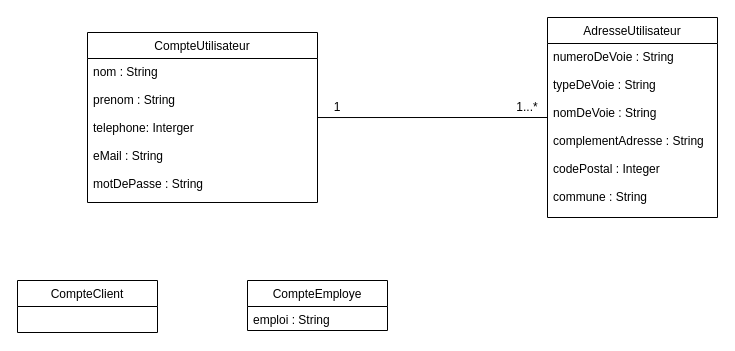
Before: Untitled Diagram TACHE 2.drawio in vinsbld/StechOcPizz, a draw.io diagram. Source tidied: cells renumbered, new cells numbered last; positions are measured from the earlier drawing's top-left corner, leaving out a move shared by most shapes. Both pictures are drawn from the tidied source at 100%, with x=0, y=0 at pixel (17, 17).
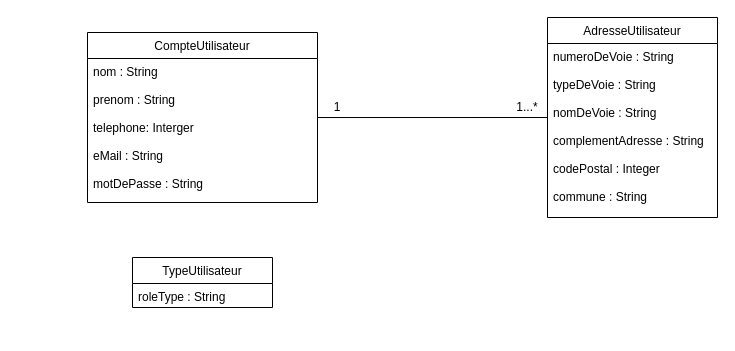
Above is the later version.

Change to the diagram source:
```diff
@@
 <mxGraphModel>
   <root>
     <mxCell id="0" />
     <mxCell id="1" parent="0" />
-    <mxCell id="2" value="CompteEmploye" style="swimlane;fontStyle=0;horizontal=1;startSize=26;fillColor=none;" parent="1" vertex="1">
-      <mxGeometry x="230" y="263" width="140" height="50" as="geometry" />
-    </mxCell>
-    <mxCell id="3" value="emploi : String&#10;" style="text;strokeColor=none;fillColor=none;align=left;verticalAlign=top;spacingLeft=4;spacingRight=4;overflow=hidden;" parent="2" vertex="1">
-      <mxGeometry y="26" width="140" height="24" as="geometry" />
-    </mxCell>
     <mxCell id="4" value="CompteUtilisateur" style="swimlane;fontStyle=0;horizontal=1;startSize=26;fillColor=none;" parent="1" vertex="1">
       <mxGeometry x="70" y="15" width="230" height="170" as="geometry" />
     </mxCell>
     <mxCell id="5" value="nom : String&#10;&#10;prenom : String&#10;&#10;telephone: Interger&#10;&#10;eMail : String&#10;&#10;motDePasse : String&#10;" style="text;strokeColor=none;fillColor=none;align=left;verticalAlign=top;spacingLeft=4;spacingRight=4;overflow=hidden;points=[[0,0.5],[1,0.5]];portConstraint=eastwest;" parent="4" vertex="1">
       <mxGeometry y="26" width="230" height="144" as="geometry" />
     </mxCell>
-    <mxCell id="6" value="CompteClient" style="swimlane;fontStyle=0;horizontal=1;startSize=26;fillColor=none;" parent="1" vertex="1">
-      <mxGeometry y="263" width="140" height="52" as="geometry" />
-    </mxCell>
     <mxCell id="7" value="AdresseUtilisateur" style="swimlane;fontStyle=0;horizontal=1;startSize=26;fillColor=none;" parent="1" vertex="1">
       <mxGeometry x="530" width="170" height="200" as="geometry" />
     </mxCell>
     <mxCell id="8" value="numeroDeVoie : String&#10;&#10;typeDeVoie : String&#10;&#10;nomDeVoie : String&#10;&#10;complementAdresse : String&#10;&#10;codePostal : Integer&#10;&#10;commune : String&#10;&#10;&#10;&#10;" style="text;strokeColor=none;fillColor=none;align=left;verticalAlign=top;spacingLeft=4;spacingRight=4;overflow=hidden;" parent="7" vertex="1">
       <mxGeometry y="26" width="170" height="174" as="geometry" />
     </mxCell>
     <mxCell id="9" style="edgeStyle=none;rounded=0;jettySize=auto;html=1;entryX=0;entryY=0.5;entryDx=0;entryDy=0;endArrow=none;endFill=0;exitX=1;exitY=0.41;exitDx=0;exitDy=0;exitPerimeter=0;" parent="1" edge="1" source="5" target="7">
       <mxGeometry relative="1" as="geometry" />
     </mxCell>
     <mxCell id="10" value="1" style="text;html=1;strokeColor=none;fillColor=none;align=center;verticalAlign=middle;whiteSpace=wrap;rounded=0;" parent="1" vertex="1">
       <mxGeometry x="300" y="80" width="40" height="20" as="geometry" />
     </mxCell>
     <mxCell id="11" value="1...*" style="text;html=1;strokeColor=none;fillColor=none;align=center;verticalAlign=middle;whiteSpace=wrap;rounded=0;" parent="1" vertex="1">
       <mxGeometry x="490" y="80" width="40" height="20" as="geometry" />
     </mxCell>
+    <mxCell id="12" value="TypeUtilisateur" style="swimlane;fontStyle=0;horizontal=1;startSize=26;fillColor=none;" parent="1" vertex="1">
+      <mxGeometry x="115" y="240" width="140" height="50" as="geometry" />
+    </mxCell>
+    <mxCell id="13" value="roleType : String" style="text;strokeColor=none;fillColor=none;align=left;verticalAlign=top;spacingLeft=4;spacingRight=4;overflow=hidden;" parent="12" vertex="1">
+      <mxGeometry y="26" width="140" height="24" as="geometry" />
+    </mxCell>
   </root>
 </mxGraphModel>
```
